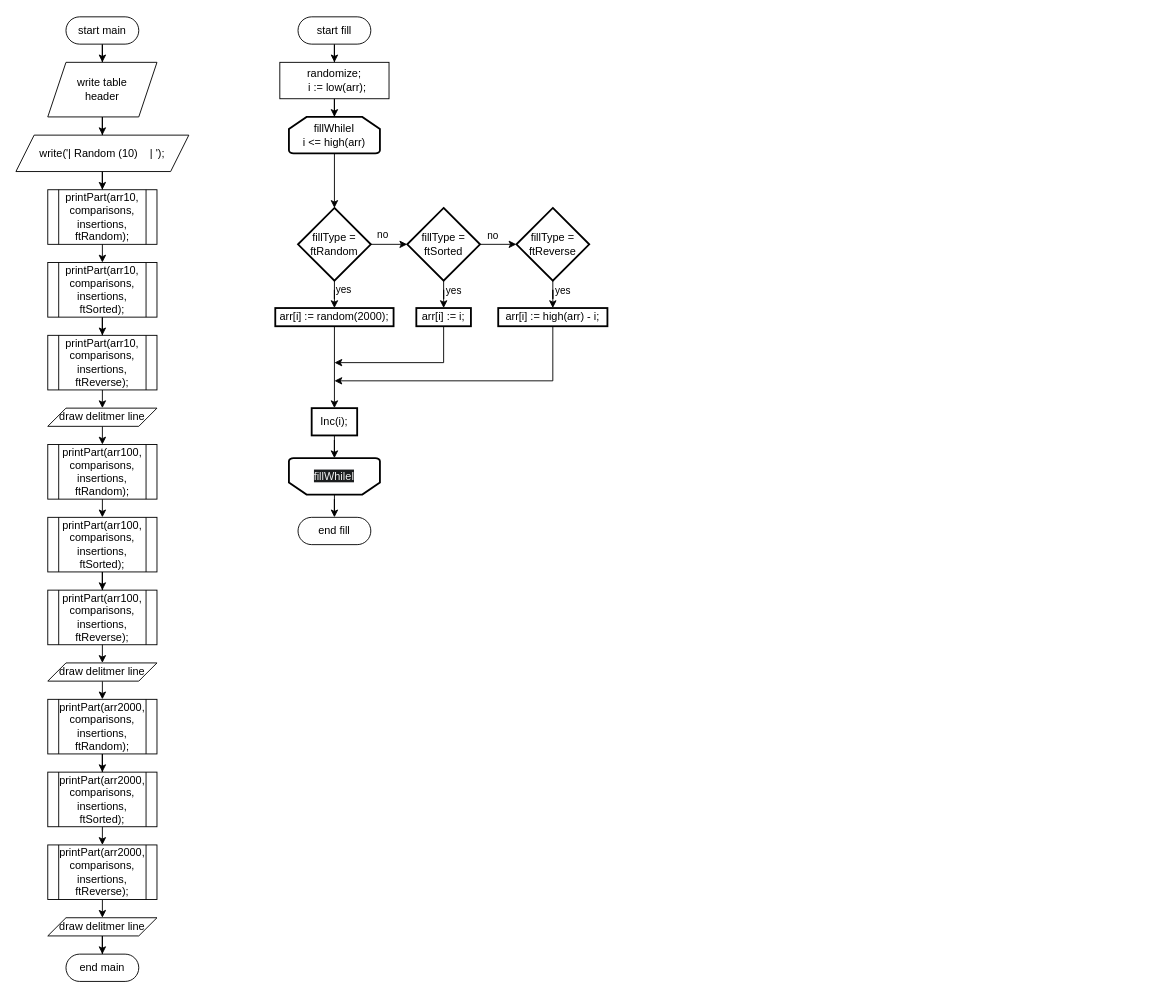
bsuir-readyk/oaip-5 keeps this draw.io diagram as schema.drawio. Above is the earlier version. Source tidied: cells renumbered, new cells numbered last; positions are measured from the earlier drawing's top-left corner, leaving out a move shared by most shapes. Both pictures are drawn from the tidied source at 91%, with x=0, y=0 at pixel (15, 16).
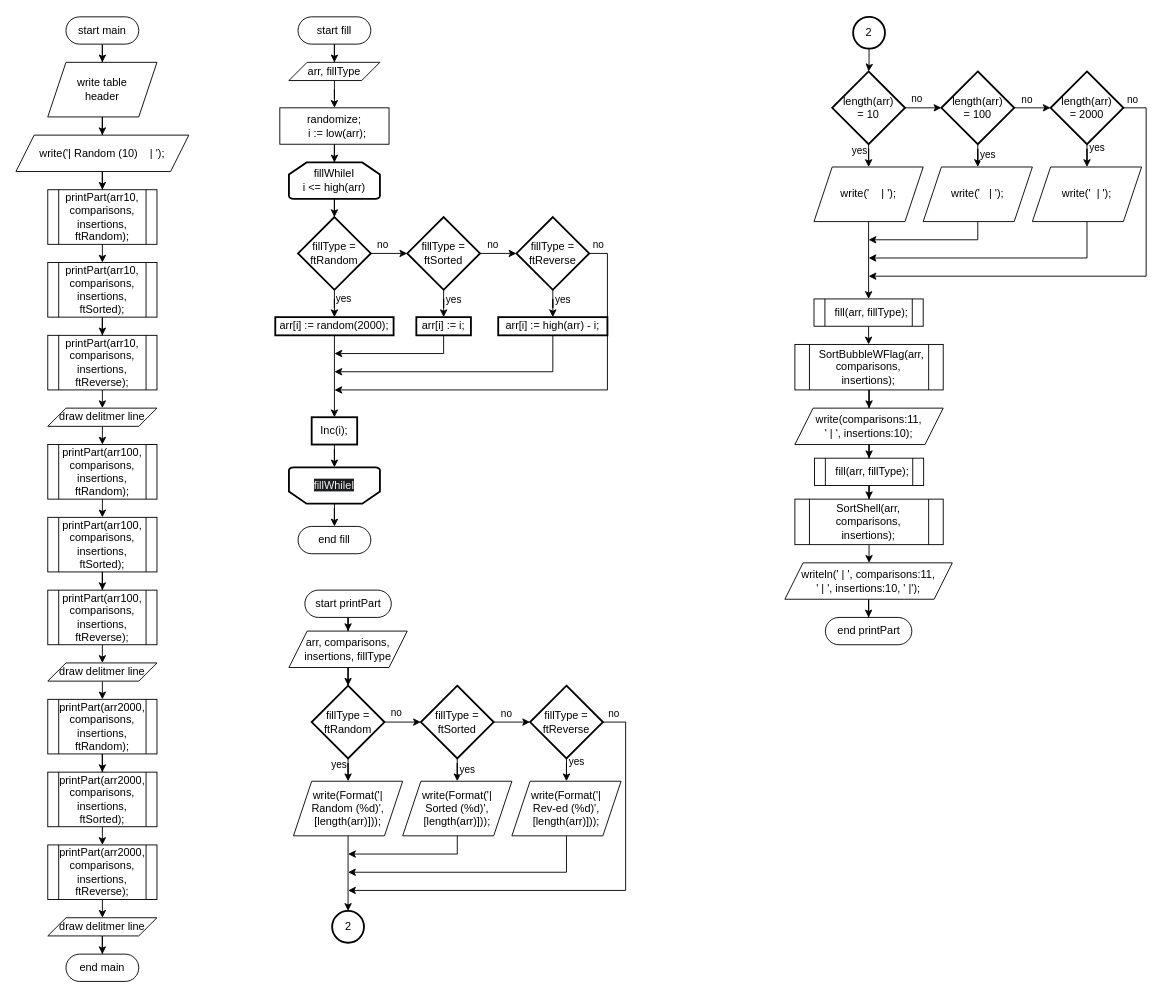
The same page after the edit.

Commit message (it also covers changes not shown here):
schema - bubble sort

Unchanged cells that the change refers to:
```xml
<mxCell id="35" value="start fill" style="html=1;dashed=0;whiteSpace=wrap;shape=mxgraph.dfd.start;" parent="1" vertex="1">
  <mxGeometry x="310" width="80" height="30" as="geometry" />
</mxCell>
```

Diff of the diagram source:
```diff
@@
-    <mxCell id="34" style="edgeStyle=orthogonalEdgeStyle;rounded=0;jettySize=auto;html=1;" parent="1" edge="1" source="35" target="38">
+    <mxCell id="34" style="edgeStyle=orthogonalEdgeStyle;rounded=0;jettySize=auto;html=1;" parent="1" edge="1" source="70" target="38">
       <mxGeometry relative="1" as="geometry" />
     </mxCell>
@@
     <mxCell id="36" value="end fill" style="html=1;dashed=0;whiteSpace=wrap;shape=mxgraph.dfd.start;" parent="1" vertex="1">
-      <mxGeometry x="310" y="550" width="80" height="30" as="geometry" />
+      <mxGeometry x="310" y="560" width="80" height="30" as="geometry" />
     </mxCell>
@@
     <mxCell id="38" value="randomize;&lt;div&gt;&lt;div&gt;&amp;nbsp; i := low(arr);&lt;/div&gt;&lt;/div&gt;" style="whiteSpace=wrap;html=1;dashed=0;" parent="1" vertex="1">
-      <mxGeometry x="290" y="50" width="120" height="40" as="geometry" />
+      <mxGeometry x="290" y="100" width="120" height="40" as="geometry" />
     </mxCell>
@@
     <mxCell id="40" value="&lt;div&gt;fillWhileI&lt;/div&gt;&lt;div&gt;i &amp;lt;= high(arr)&lt;/div&gt;" style="strokeWidth=2;html=1;shape=mxgraph.flowchart.loop_limit;whiteSpace=wrap;" parent="1" vertex="1">
-      <mxGeometry x="300" y="110" width="100" height="40" as="geometry" />
+      <mxGeometry x="300" y="160" width="100" height="40" as="geometry" />
     </mxCell>
     <mxCell id="41" style="group;" parent="1" vertex="1">
-      <mxGeometry x="300" y="485" width="100" height="40" as="geometry" />
+      <mxGeometry x="300" y="495" width="100" height="40" as="geometry" />
     </mxCell>
@@
     <mxCell id="46" value="fillType =&lt;div&gt;&lt;span style=&quot;background-color: initial;&quot;&gt;ftRandom&lt;/span&gt;&lt;/div&gt;" style="rhombus;whiteSpace=wrap;html=1;strokeWidth=2;" parent="1" vertex="1">
-      <mxGeometry x="310" y="210" width="80" height="80" as="geometry" />
+      <mxGeometry x="310" y="220" width="80" height="80" as="geometry" />
     </mxCell>
@@
     <mxCell id="48" value="arr[i] := random(2000);" style="whiteSpace=wrap;html=1;strokeWidth=2;" parent="1" vertex="1">
-      <mxGeometry x="285" y="320" width="130" height="20" as="geometry" />
+      <mxGeometry x="285" y="330" width="130" height="20" as="geometry" />
     </mxCell>
@@
     <mxCell id="53" value="fillType =&lt;div&gt;ftSorted&lt;br&gt;&lt;/div&gt;" style="rhombus;whiteSpace=wrap;html=1;strokeWidth=2;" parent="1" vertex="1">
-      <mxGeometry x="430" y="210" width="80" height="80" as="geometry" />
+      <mxGeometry x="430" y="220" width="80" height="80" as="geometry" />
     </mxCell>
@@
+    <mxCell id="64" style="edgeStyle=orthogonalEdgeStyle;rounded=0;jettySize=auto;html=1;exitX=1;exitY=0.5;exitDx=0;exitDy=0;" parent="1" edge="1" source="56">
+      <mxGeometry relative="1" as="geometry">
+        <mxPoint x="350" y="410" as="targetPoint" />
+        <Array as="points">
+          <mxPoint x="650" y="260" />
+          <mxPoint x="650" y="410" />
+        </Array>
+      </mxGeometry>
+    </mxCell>
+    <mxCell id="65" value="no" style="edgeLabel;html=1;align=center;verticalAlign=middle;" parent="64" vertex="1">
+      <mxGeometry x="-0.96" y="-2" relative="1" as="geometry">
+        <mxPoint y="-12" as="offset" />
+      </mxGeometry>
+    </mxCell>
     <mxCell id="56" value="fillType =&lt;div&gt;ftReverse&lt;br&gt;&lt;/div&gt;" style="rhombus;whiteSpace=wrap;html=1;strokeWidth=2;" parent="1" vertex="1">
-      <mxGeometry x="550" y="210" width="80" height="80" as="geometry" />
+      <mxGeometry x="550" y="220" width="80" height="80" as="geometry" />
     </mxCell>
     <mxCell id="57" style="edgeStyle=orthogonalEdgeStyle;rounded=0;jettySize=auto;html=1;exitX=0.5;exitY=1;exitDx=0;exitDy=0;" parent="1" edge="1" source="58">
       <mxGeometry relative="1" as="geometry">
-        <mxPoint x="350" y="380" as="targetPoint" />
+        <mxPoint x="350" y="370" as="targetPoint" />
         <Array as="points">
-          <mxPoint x="470" y="380" />
+          <mxPoint x="470" y="370" />
         </Array>
       </mxGeometry>
     </mxCell>
     <mxCell id="58" value="arr[i] := i;" style="whiteSpace=wrap;html=1;strokeWidth=2;" parent="1" vertex="1">
-      <mxGeometry x="440" y="320" width="60" height="20" as="geometry" />
+      <mxGeometry x="440" y="330" width="60" height="20" as="geometry" />
     </mxCell>
     <mxCell id="59" style="edgeStyle=orthogonalEdgeStyle;rounded=0;jettySize=auto;html=1;exitX=0.5;exitY=1;exitDx=0;exitDy=0;" parent="1" edge="1" source="60">
       <mxGeometry relative="1" as="geometry">
-        <mxPoint x="350" y="400" as="targetPoint" />
+        <mxPoint x="350" y="390" as="targetPoint" />
         <Array as="points">
-          <mxPoint x="590" y="400" />
+          <mxPoint x="590" y="390" />
         </Array>
       </mxGeometry>
     </mxCell>
     <mxCell id="60" value="arr[i] := high(arr) - i;" style="whiteSpace=wrap;html=1;strokeWidth=2;" parent="1" vertex="1">
-      <mxGeometry x="530" y="320" width="120" height="20" as="geometry" />
+      <mxGeometry x="530" y="330" width="120" height="20" as="geometry" />
     </mxCell>
@@
     <mxCell id="62" value="Inc(i);" style="whiteSpace=wrap;html=1;strokeWidth=2;" parent="1" vertex="1">
-      <mxGeometry x="325" y="430" width="50" height="30" as="geometry" />
+      <mxGeometry x="325" y="440" width="50" height="30" as="geometry" />
     </mxCell>
@@
+    <mxCell id="66" style="edgeStyle=orthogonalEdgeStyle;rounded=0;jettySize=auto;html=1;" parent="1" edge="1" source="67" target="72">
+      <mxGeometry relative="1" as="geometry" />
+    </mxCell>
+    <mxCell id="67" value="start printPart" style="html=1;dashed=0;whiteSpace=wrap;shape=mxgraph.dfd.start;" parent="1" vertex="1">
+      <mxGeometry x="317.5" y="630" width="95" height="30" as="geometry" />
+    </mxCell>
+    <mxCell id="68" value="end printPart" style="html=1;dashed=0;whiteSpace=wrap;shape=mxgraph.dfd.start;" parent="1" vertex="1">
+      <mxGeometry x="889.5" y="660" width="95" height="30" as="geometry" />
+    </mxCell>
+    <mxCell id="69" style="edgeStyle=orthogonalEdgeStyle;rounded=0;jettySize=auto;html=1;" parent="1" edge="1" source="35" target="70">
+      <mxGeometry relative="1" as="geometry" />
+    </mxCell>
+    <mxCell id="70" value="arr,&amp;nbsp;fillType" style="shape=parallelogram;perimeter=parallelogramPerimeter;whiteSpace=wrap;html=1;fixedSize=1;" parent="1" vertex="1">
+      <mxGeometry x="300" y="50" width="100" height="20" as="geometry" />
+    </mxCell>
+    <mxCell id="71" style="edgeStyle=orthogonalEdgeStyle;rounded=0;jettySize=auto;html=1;" parent="1" edge="1" source="72" target="75">
+      <mxGeometry relative="1" as="geometry" />
+    </mxCell>
+    <mxCell id="72" value="arr,&amp;nbsp;comparisons, insertions, fillType" style="shape=parallelogram;perimeter=parallelogramPerimeter;whiteSpace=wrap;html=1;fixedSize=1;" parent="1" vertex="1">
+      <mxGeometry x="300" y="675" width="130" height="40" as="geometry" />
+    </mxCell>
+    <mxCell id="73" value="yes" style="edgeStyle=orthogonalEdgeStyle;rounded=0;jettySize=auto;html=1;entryX=0.5;entryY=0;entryDx=0;entryDy=0;" parent="1" edge="1" source="75" target="89">
+      <mxGeometry x="0.2" y="10" relative="1" as="geometry" />
+    </mxCell>
+    <mxCell id="74" value="no" style="edgeStyle=orthogonalEdgeStyle;rounded=0;jettySize=auto;html=1;" parent="1" edge="1" source="75" target="80">
+      <mxGeometry x="-0.33" y="10" relative="1" as="geometry" />
+    </mxCell>
+    <mxCell id="75" value="fillType =&lt;div&gt;&lt;span style=&quot;background-color: initial;&quot;&gt;ftRandom&lt;/span&gt;&lt;/div&gt;" style="rhombus;whiteSpace=wrap;html=1;strokeWidth=2;" parent="1" vertex="1">
+      <mxGeometry x="325" y="735" width="80" height="80" as="geometry" />
+    </mxCell>
+    <mxCell id="76" style="edgeStyle=orthogonalEdgeStyle;rounded=0;jettySize=auto;html=1;" parent="1" edge="1" source="80" target="85">
+      <mxGeometry relative="1" as="geometry" />
+    </mxCell>
+    <mxCell id="77" value="no" style="edgeLabel;html=1;align=center;verticalAlign=middle;" parent="76" vertex="1">
+      <mxGeometry x="-0.36" y="-3" relative="1" as="geometry">
+        <mxPoint y="-13" as="offset" />
+      </mxGeometry>
+    </mxCell>
+    <mxCell id="78" style="edgeStyle=orthogonalEdgeStyle;rounded=0;jettySize=auto;html=1;entryX=0.5;entryY=0;entryDx=0;entryDy=0;" parent="1" edge="1" source="80" target="90">
+      <mxGeometry relative="1" as="geometry" />
+    </mxCell>
+    <mxCell id="79" value="yes" style="edgeLabel;html=1;align=center;verticalAlign=middle;" parent="78" vertex="1">
+      <mxGeometry x="-0.83" y="1" relative="1" as="geometry">
+        <mxPoint x="9" y="6" as="offset" />
+      </mxGeometry>
+    </mxCell>
+    <mxCell id="80" value="fillType =&lt;div&gt;ftSorted&lt;br&gt;&lt;/div&gt;" style="rhombus;whiteSpace=wrap;html=1;strokeWidth=2;" parent="1" vertex="1">
+      <mxGeometry x="445" y="735" width="80" height="80" as="geometry" />
+    </mxCell>
+    <mxCell id="81" style="edgeStyle=orthogonalEdgeStyle;rounded=0;jettySize=auto;html=1;entryX=0.5;entryY=0;entryDx=0;entryDy=0;" parent="1" edge="1" source="85" target="91">
+      <mxGeometry relative="1" as="geometry" />
+    </mxCell>
+    <mxCell id="82" value="yes" style="edgeLabel;html=1;align=center;verticalAlign=middle;" parent="81" vertex="1">
+      <mxGeometry x="0.28" y="2" relative="1" as="geometry">
+        <mxPoint x="8" y="-2" as="offset" />
+      </mxGeometry>
+    </mxCell>
+    <mxCell id="83" style="edgeStyle=orthogonalEdgeStyle;rounded=0;jettySize=auto;html=1;exitX=1;exitY=0.5;exitDx=0;exitDy=0;" parent="1" edge="1" source="85">
+      <mxGeometry relative="1" as="geometry">
+        <mxPoint x="365" y="960" as="targetPoint" />
+        <Array as="points">
+          <mxPoint x="670" y="775" />
+          <mxPoint x="670" y="960" />
+          <mxPoint x="365" y="960" />
+        </Array>
+      </mxGeometry>
+    </mxCell>
+    <mxCell id="84" value="no" style="edgeLabel;html=1;align=center;verticalAlign=middle;" parent="83" vertex="1">
+      <mxGeometry x="-0.89" y="-2" relative="1" as="geometry">
+        <mxPoint x="-12" y="-13" as="offset" />
+      </mxGeometry>
+    </mxCell>
+    <mxCell id="85" value="fillType =&lt;div&gt;ftReverse&lt;br&gt;&lt;/div&gt;" style="rhombus;whiteSpace=wrap;html=1;strokeWidth=2;" parent="1" vertex="1">
+      <mxGeometry x="565" y="735" width="80" height="80" as="geometry" />
+    </mxCell>
+    <mxCell id="86" style="edgeStyle=orthogonalEdgeStyle;rounded=0;orthogonalLoop=1;jettySize=auto;html=1;exitX=0.5;exitY=1;exitDx=0;exitDy=0;" parent="1" edge="1">
+      <mxGeometry relative="1" as="geometry">
+        <mxPoint x="485" y="900" as="sourcePoint" />
+        <mxPoint x="365" y="920" as="targetPoint" />
+        <Array as="points">
+          <mxPoint x="485" y="920" />
+        </Array>
+      </mxGeometry>
+    </mxCell>
+    <mxCell id="87" style="edgeStyle=orthogonalEdgeStyle;rounded=0;orthogonalLoop=1;jettySize=auto;html=1;" parent="1" edge="1">
+      <mxGeometry relative="1" as="geometry">
+        <mxPoint x="605" y="900" as="sourcePoint" />
+        <mxPoint x="365" y="940" as="targetPoint" />
+        <Array as="points">
+          <mxPoint x="605" y="940" />
+          <mxPoint x="365" y="940" />
+        </Array>
+      </mxGeometry>
+    </mxCell>
+    <mxCell id="88" style="edgeStyle=orthogonalEdgeStyle;rounded=0;jettySize=auto;html=1;entryX=0.5;entryY=0;entryDx=0;entryDy=0;entryPerimeter=0;" parent="1" edge="1" source="89" target="92">
+      <mxGeometry relative="1" as="geometry" />
+    </mxCell>
+    <mxCell id="89" value="write(Format('| Random (%d)', [length(arr)]));" style="shape=parallelogram;perimeter=parallelogramPerimeter;whiteSpace=wrap;html=1;fixedSize=1;" parent="1" vertex="1">
+      <mxGeometry x="305" y="840" width="120" height="60" as="geometry" />
+    </mxCell>
+    <mxCell id="90" value="write(Format('|&lt;div&gt;Sorted (%d)', [length(arr)]));&lt;/div&gt;" style="shape=parallelogram;perimeter=parallelogramPerimeter;whiteSpace=wrap;html=1;fixedSize=1;" parent="1" vertex="1">
+      <mxGeometry x="425" y="840" width="120" height="60" as="geometry" />
+    </mxCell>
+    <mxCell id="91" value="write(Format('|&lt;div&gt;Rev-ed&amp;nbsp;(%d)', [length(arr)]));&lt;/div&gt;" style="shape=parallelogram;perimeter=parallelogramPerimeter;whiteSpace=wrap;html=1;fixedSize=1;" parent="1" vertex="1">
+      <mxGeometry x="545" y="840" width="120" height="60" as="geometry" />
+    </mxCell>
+    <mxCell id="92" value="2" style="strokeWidth=2;html=1;shape=mxgraph.flowchart.start_2;whiteSpace=wrap;" parent="1" vertex="1">
+      <mxGeometry x="347.5" y="982.5" width="35" height="35" as="geometry" />
+    </mxCell>
+    <mxCell id="93" style="edgeStyle=orthogonalEdgeStyle;rounded=0;jettySize=auto;html=1;" parent="1" edge="1" source="94" target="97">
+      <mxGeometry relative="1" as="geometry" />
+    </mxCell>
+    <mxCell id="94" value="2" style="strokeWidth=2;html=1;shape=mxgraph.flowchart.start_2;whiteSpace=wrap;" parent="1" vertex="1">
+      <mxGeometry x="920" width="35" height="35" as="geometry" />
+    </mxCell>
+    <mxCell id="95" value="yes" style="edgeStyle=orthogonalEdgeStyle;rounded=0;jettySize=auto;html=1;entryX=0.5;entryY=0;entryDx=0;entryDy=0;" parent="1" edge="1" source="97" target="111">
+      <mxGeometry x="0.2" y="10" relative="1" as="geometry" />
+    </mxCell>
+    <mxCell id="96" value="no" style="edgeStyle=orthogonalEdgeStyle;rounded=0;jettySize=auto;html=1;" parent="1" edge="1" source="97" target="102">
+      <mxGeometry x="-0.33" y="10" relative="1" as="geometry" />
+    </mxCell>
+    <mxCell id="97" value="&lt;div&gt;length(arr)&lt;br&gt;&lt;/div&gt;= 10" style="rhombus;whiteSpace=wrap;html=1;strokeWidth=2;" parent="1" vertex="1">
+      <mxGeometry x="897" y="60" width="80" height="80" as="geometry" />
+    </mxCell>
+    <mxCell id="98" style="edgeStyle=orthogonalEdgeStyle;rounded=0;jettySize=auto;html=1;" parent="1" edge="1" source="102" target="107">
+      <mxGeometry relative="1" as="geometry" />
+    </mxCell>
+    <mxCell id="99" value="no" style="edgeLabel;html=1;align=center;verticalAlign=middle;" parent="98" vertex="1">
+      <mxGeometry x="-0.36" y="-3" relative="1" as="geometry">
+        <mxPoint y="-13" as="offset" />
+      </mxGeometry>
+    </mxCell>
+    <mxCell id="100" style="edgeStyle=orthogonalEdgeStyle;rounded=0;jettySize=auto;html=1;entryX=0.5;entryY=0;entryDx=0;entryDy=0;" parent="1" edge="1" source="102" target="112">
+      <mxGeometry relative="1" as="geometry" />
+    </mxCell>
+    <mxCell id="101" value="yes" style="edgeLabel;html=1;align=center;verticalAlign=middle;" parent="100" vertex="1">
+      <mxGeometry x="-0.83" y="1" relative="1" as="geometry">
+        <mxPoint x="9" y="6" as="offset" />
+      </mxGeometry>
+    </mxCell>
+    <mxCell id="102" value="&lt;div&gt;length(arr)&lt;br&gt;&lt;/div&gt;&lt;div&gt;&lt;span style=&quot;background-color: initial;&quot;&gt;=&lt;/span&gt;&lt;span style=&quot;background-color: initial;&quot;&gt;&amp;nbsp;&lt;/span&gt;100&lt;/div&gt;" style="rhombus;whiteSpace=wrap;html=1;strokeWidth=2;" parent="1" vertex="1">
+      <mxGeometry x="1017" y="60" width="80" height="80" as="geometry" />
+    </mxCell>
+    <mxCell id="103" style="edgeStyle=orthogonalEdgeStyle;rounded=0;jettySize=auto;html=1;entryX=0.5;entryY=0;entryDx=0;entryDy=0;" parent="1" edge="1" source="107" target="113">
+      <mxGeometry relative="1" as="geometry" />
+    </mxCell>
+    <mxCell id="104" value="yes" style="edgeLabel;html=1;align=center;verticalAlign=middle;" parent="103" vertex="1">
+      <mxGeometry x="0.28" y="2" relative="1" as="geometry">
+        <mxPoint x="8" y="-2" as="offset" />
+      </mxGeometry>
+    </mxCell>
+    <mxCell id="105" style="edgeStyle=orthogonalEdgeStyle;rounded=0;jettySize=auto;html=1;exitX=1;exitY=0.5;exitDx=0;exitDy=0;" parent="1" edge="1" source="107">
+      <mxGeometry relative="1" as="geometry">
+        <mxPoint x="937" y="285" as="targetPoint" />
+        <Array as="points">
+          <mxPoint x="1242" y="100" />
+          <mxPoint x="1242" y="285" />
+          <mxPoint x="937" y="285" />
+        </Array>
+      </mxGeometry>
+    </mxCell>
+    <mxCell id="106" value="no" style="edgeLabel;html=1;align=center;verticalAlign=middle;" parent="105" vertex="1">
+      <mxGeometry x="-0.93" y="-3" relative="1" as="geometry">
+        <mxPoint x="-9" y="-13" as="offset" />
+      </mxGeometry>
+    </mxCell>
+    <mxCell id="107" value="&lt;div&gt;length(arr)&lt;br&gt;&lt;/div&gt;&lt;div&gt;&lt;span style=&quot;background-color: initial;&quot;&gt;=&lt;/span&gt;&lt;span style=&quot;background-color: initial;&quot;&gt;&amp;nbsp;&lt;/span&gt;2000&lt;/div&gt;" style="rhombus;whiteSpace=wrap;html=1;strokeWidth=2;" parent="1" vertex="1">
+      <mxGeometry x="1137" y="60" width="80" height="80" as="geometry" />
+    </mxCell>
+    <mxCell id="108" style="edgeStyle=orthogonalEdgeStyle;rounded=0;orthogonalLoop=1;jettySize=auto;html=1;exitX=0.5;exitY=1;exitDx=0;exitDy=0;" parent="1" edge="1">
+      <mxGeometry relative="1" as="geometry">
+        <mxPoint x="1057" y="225" as="sourcePoint" />
+        <mxPoint x="937" y="245" as="targetPoint" />
+        <Array as="points">
+          <mxPoint x="1057" y="245" />
+        </Array>
+      </mxGeometry>
+    </mxCell>
+    <mxCell id="109" style="edgeStyle=orthogonalEdgeStyle;rounded=0;orthogonalLoop=1;jettySize=auto;html=1;" parent="1" edge="1">
+      <mxGeometry relative="1" as="geometry">
+        <mxPoint x="1177" y="225" as="sourcePoint" />
+        <mxPoint x="937" y="265" as="targetPoint" />
+        <Array as="points">
+          <mxPoint x="1177" y="265" />
+          <mxPoint x="937" y="265" />
+        </Array>
+      </mxGeometry>
+    </mxCell>
+    <mxCell id="110" style="edgeStyle=orthogonalEdgeStyle;rounded=0;jettySize=auto;html=1;entryX=0.5;entryY=0;entryDx=0;entryDy=0;" parent="1" edge="1" source="111" target="115">
+      <mxGeometry relative="1" as="geometry" />
+    </mxCell>
+    <mxCell id="111" value="write('&amp;nbsp; &amp;nbsp; | ');" style="shape=parallelogram;perimeter=parallelogramPerimeter;whiteSpace=wrap;html=1;fixedSize=1;" parent="1" vertex="1">
+      <mxGeometry x="877" y="165" width="120" height="60" as="geometry" />
+    </mxCell>
+    <mxCell id="112" value="write('&amp;nbsp; &amp;nbsp;| ');" style="shape=parallelogram;perimeter=parallelogramPerimeter;whiteSpace=wrap;html=1;fixedSize=1;" parent="1" vertex="1">
+      <mxGeometry x="997" y="165" width="120" height="60" as="geometry" />
+    </mxCell>
+    <mxCell id="113" value="write('&amp;nbsp; | ');" style="shape=parallelogram;perimeter=parallelogramPerimeter;whiteSpace=wrap;html=1;fixedSize=1;" parent="1" vertex="1">
+      <mxGeometry x="1117" y="165" width="120" height="60" as="geometry" />
+    </mxCell>
+    <mxCell id="114" style="edgeStyle=orthogonalEdgeStyle;rounded=0;jettySize=auto;html=1;" parent="1" edge="1" source="115" target="117">
+      <mxGeometry relative="1" as="geometry" />
+    </mxCell>
+    <mxCell id="115" value="&lt;div&gt;&amp;nbsp; fill(arr, fillType);&lt;/div&gt;" style="shape=process;whiteSpace=wrap;html=1;backgroundOutline=1;" parent="1" vertex="1">
+      <mxGeometry x="877" y="310" width="120" height="30" as="geometry" />
+    </mxCell>
+    <mxCell id="116" style="edgeStyle=orthogonalEdgeStyle;rounded=0;jettySize=auto;html=1;" parent="1" edge="1" source="117" target="119">
+      <mxGeometry relative="1" as="geometry" />
+    </mxCell>
+    <mxCell id="117" value="&lt;div&gt;&amp;nbsp; SortBubbleWFlag(arr, comparisons, insertions);&lt;/div&gt;" style="shape=process;whiteSpace=wrap;html=1;backgroundOutline=1;" parent="1" vertex="1">
+      <mxGeometry x="856" y="360" width="163" height="50" as="geometry" />
+    </mxCell>
+    <mxCell id="118" style="edgeStyle=orthogonalEdgeStyle;rounded=0;jettySize=auto;html=1;" parent="1" edge="1" source="119" target="121">
+      <mxGeometry relative="1" as="geometry" />
+    </mxCell>
+    <mxCell id="119" value="&lt;div&gt;write(comparisons:11,&lt;/div&gt;&lt;div&gt;' | ', insertions:10);&lt;/div&gt;" style="shape=parallelogram;perimeter=parallelogramPerimeter;whiteSpace=wrap;html=1;fixedSize=1;" parent="1" vertex="1">
+      <mxGeometry x="856" y="430" width="163" height="40" as="geometry" />
+    </mxCell>
+    <mxCell id="120" style="edgeStyle=orthogonalEdgeStyle;rounded=0;jettySize=auto;html=1;" parent="1" edge="1" source="121" target="123">
+      <mxGeometry relative="1" as="geometry" />
+    </mxCell>
+    <mxCell id="121" value="&lt;div&gt;&amp;nbsp; fill(arr, fillType);&lt;/div&gt;" style="shape=process;whiteSpace=wrap;html=1;backgroundOutline=1;" parent="1" vertex="1">
+      <mxGeometry x="877.5" y="485" width="120" height="30" as="geometry" />
+    </mxCell>
+    <mxCell id="122" style="edgeStyle=orthogonalEdgeStyle;rounded=0;jettySize=auto;html=1;" parent="1" edge="1" source="123" target="125">
+      <mxGeometry relative="1" as="geometry" />
+    </mxCell>
+    <mxCell id="123" value="&lt;div&gt;SortShell(arr, comparisons, insertions);&lt;/div&gt;" style="shape=process;whiteSpace=wrap;html=1;backgroundOutline=1;" parent="1" vertex="1">
+      <mxGeometry x="856" y="530" width="163" height="50" as="geometry" />
+    </mxCell>
+    <mxCell id="124" style="edgeStyle=orthogonalEdgeStyle;rounded=0;jettySize=auto;html=1;" parent="1" edge="1" source="125" target="68">
+      <mxGeometry relative="1" as="geometry" />
+    </mxCell>
+    <mxCell id="125" value="&lt;div&gt;writeln(' | ', comparisons:11,&lt;/div&gt;&lt;div&gt;' | ', insertions:10, ' |');&lt;/div&gt;" style="shape=parallelogram;perimeter=parallelogramPerimeter;whiteSpace=wrap;html=1;fixedSize=1;" parent="1" vertex="1">
+      <mxGeometry x="845" y="600" width="184" height="40" as="geometry" />
+    </mxCell>
```
